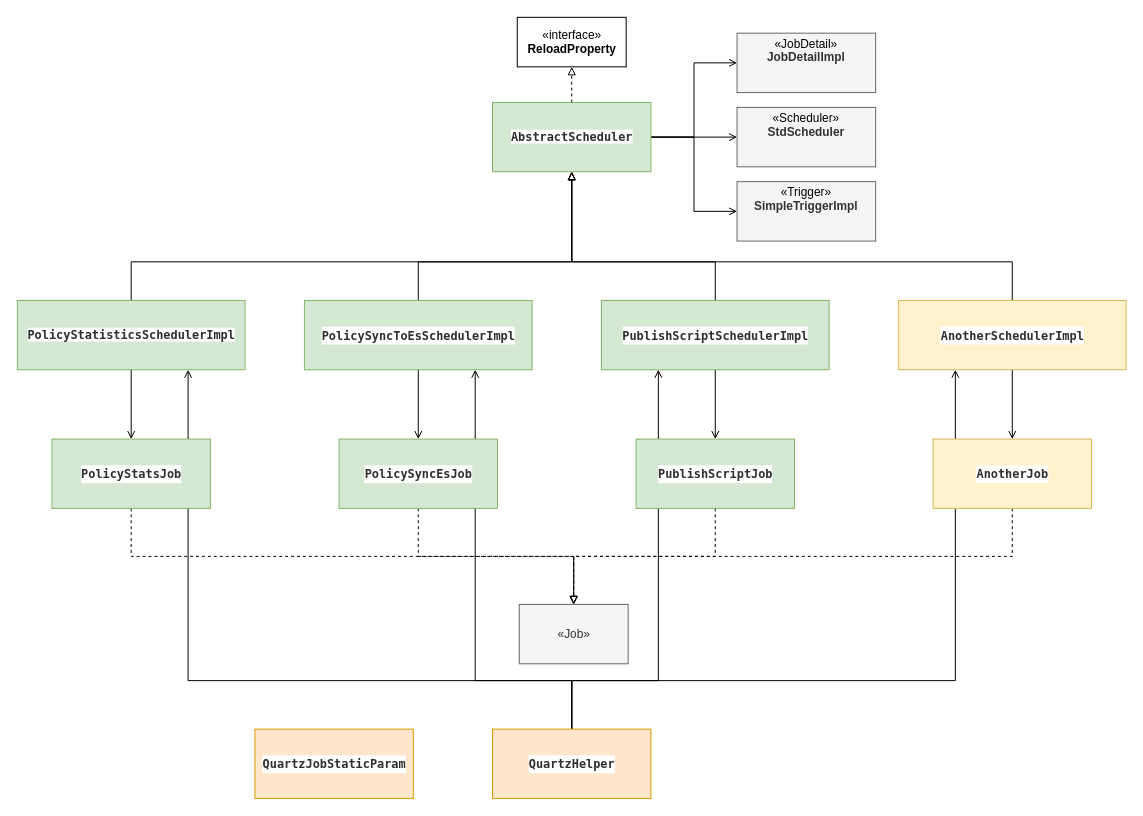
The draw.io diagram leyan/policy/Quartz_Component_Class_Diagram_V.BeforeRefactor.drawio in GeekKwok/UML, before the edit. Source tidied: cells renumbered, new cells numbered last; positions are measured from the earlier drawing's top-left corner, leaving out a move shared by most shapes. Both pictures are drawn from the tidied source at 99%, with x=0, y=0 at pixel (17, 17).
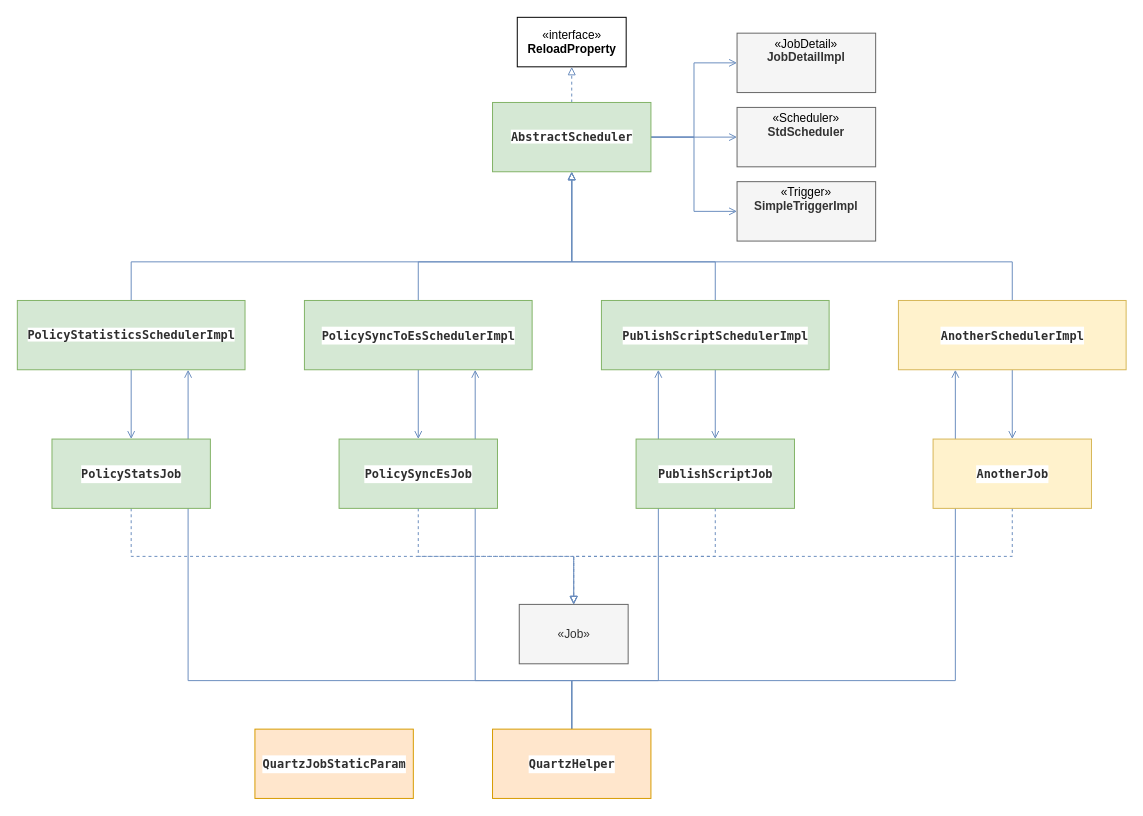
The same page after the edit.

The change refers to these unchanged cells:
```xml
<mxCell id="7" value="&lt;span style=&quot;background-color: rgb(255 , 255 , 255) ; color: rgb(46 , 46 , 46) ; font-family: &amp;#34;menlo&amp;#34; , &amp;#34;monaco&amp;#34; , &amp;#34;courier new&amp;#34; , monospace&quot;&gt;&lt;b&gt;AbstractScheduler&lt;/b&gt;&lt;/span&gt;" style="html=1;fillColor=#d5e8d4;strokeColor=#82b366;" parent="1" vertex="1">
  <mxGeometry x="480" y="86" width="160" height="70" as="geometry" />
</mxCell>
<mxCell id="10" value="&lt;span style=&quot;background-color: rgb(255 , 255 , 255) ; color: rgb(46 , 46 , 46) ; font-family: &amp;quot;menlo&amp;quot; , &amp;quot;monaco&amp;quot; , &amp;quot;courier new&amp;quot; , monospace&quot;&gt;PolicyStatisticsSchedulerImpl&lt;/span&gt;" style="html=1;fontStyle=1;fillColor=#d5e8d4;strokeColor=#82b366;" parent="1" vertex="1">
  <mxGeometry y="286" width="230" height="70" as="geometry" />
</mxCell>
<mxCell id="13" value="&lt;div style=&quot;color: rgb(46 , 46 , 46) ; background-color: rgb(255 , 255 , 255) ; font-family: &amp;quot;menlo&amp;quot; , &amp;quot;monaco&amp;quot; , &amp;quot;courier new&amp;quot; , monospace ; line-height: 18px&quot;&gt;PolicySyncToEsSchedulerImpl&lt;/div&gt;" style="html=1;fontStyle=1;fillColor=#d5e8d4;strokeColor=#82b366;" parent="1" vertex="1">
  <mxGeometry x="290" y="286" width="230" height="70" as="geometry" />
</mxCell>
<mxCell id="16" value="&lt;div style=&quot;color: rgb(46 , 46 , 46) ; background-color: rgb(255 , 255 , 255) ; font-family: &amp;quot;menlo&amp;quot; , &amp;quot;monaco&amp;quot; , &amp;quot;courier new&amp;quot; , monospace ; line-height: 18px&quot;&gt;PublishScriptSchedulerImpl&lt;/div&gt;" style="html=1;fontStyle=1;fillColor=#d5e8d4;strokeColor=#82b366;" parent="1" vertex="1">
  <mxGeometry x="590" y="286" width="230" height="70" as="geometry" />
</mxCell>
<mxCell id="21" value="&lt;div style=&quot;color: rgb(46 , 46 , 46) ; background-color: rgb(255 , 255 , 255) ; font-family: &amp;#34;menlo&amp;#34; , &amp;#34;monaco&amp;#34; , &amp;#34;courier new&amp;#34; , monospace ; line-height: 18px&quot;&gt;&lt;b&gt;QuartzHelper&lt;/b&gt;&lt;/div&gt;" style="html=1;fillColor=#ffe6cc;strokeColor=#d79b00;" parent="1" vertex="1">
  <mxGeometry x="480" y="719" width="160" height="70" as="geometry" />
</mxCell>
<mxCell id="23" value="&lt;div style=&quot;color: rgb(46 , 46 , 46) ; background-color: rgb(255 , 255 , 255) ; font-family: &amp;#34;menlo&amp;#34; , &amp;#34;monaco&amp;#34; , &amp;#34;courier new&amp;#34; , monospace ; line-height: 18px&quot;&gt;&lt;div style=&quot;font-family: &amp;#34;menlo&amp;#34; , &amp;#34;monaco&amp;#34; , &amp;#34;courier new&amp;#34; , monospace ; line-height: 18px&quot;&gt;&lt;b&gt;PolicySyncEsJob&lt;/b&gt;&lt;/div&gt;&lt;/div&gt;" style="html=1;fillColor=#d5e8d4;strokeColor=#82b366;" parent="1" vertex="1">
  <mxGeometry x="325" y="426" width="160" height="70" as="geometry" />
</mxCell>
<mxCell id="25" value="&lt;div style=&quot;color: rgb(46 , 46 , 46) ; background-color: rgb(255 , 255 , 255) ; font-family: &amp;#34;menlo&amp;#34; , &amp;#34;monaco&amp;#34; , &amp;#34;courier new&amp;#34; , monospace ; line-height: 18px&quot;&gt;&lt;div style=&quot;font-family: &amp;#34;menlo&amp;#34; , &amp;#34;monaco&amp;#34; , &amp;#34;courier new&amp;#34; , monospace ; line-height: 18px&quot;&gt;&lt;b&gt;PolicyStatsJob&lt;/b&gt;&lt;/div&gt;&lt;/div&gt;" style="html=1;fillColor=#d5e8d4;strokeColor=#82b366;" parent="1" vertex="1">
  <mxGeometry x="35" y="426" width="160" height="70" as="geometry" />
</mxCell>
<mxCell id="27" value="&lt;div style=&quot;color: rgb(46 , 46 , 46) ; background-color: rgb(255 , 255 , 255) ; font-family: &amp;#34;menlo&amp;#34; , &amp;#34;monaco&amp;#34; , &amp;#34;courier new&amp;#34; , monospace ; line-height: 18px&quot;&gt;&lt;div style=&quot;font-family: &amp;#34;menlo&amp;#34; , &amp;#34;monaco&amp;#34; , &amp;#34;courier new&amp;#34; , monospace ; line-height: 18px&quot;&gt;&lt;div style=&quot;font-family: &amp;#34;menlo&amp;#34; , &amp;#34;monaco&amp;#34; , &amp;#34;courier new&amp;#34; , monospace ; line-height: 18px&quot;&gt;&lt;b&gt;PublishScriptJob&lt;/b&gt;&lt;/div&gt;&lt;/div&gt;&lt;/div&gt;" style="html=1;fillColor=#d5e8d4;strokeColor=#82b366;" parent="1" vertex="1">
  <mxGeometry x="625" y="426" width="160" height="70" as="geometry" />
</mxCell>
<mxCell id="30" value="&lt;div style=&quot;color: rgb(46 , 46 , 46) ; background-color: rgb(255 , 255 , 255) ; font-family: &amp;#34;menlo&amp;#34; , &amp;#34;monaco&amp;#34; , &amp;#34;courier new&amp;#34; , monospace ; line-height: 18px&quot;&gt;AnotherSchedulerImpl&lt;/div&gt;" style="html=1;fontStyle=1;fillColor=#fff2cc;strokeColor=#d6b656;" parent="1" vertex="1">
  <mxGeometry x="890" y="286" width="230" height="70" as="geometry" />
</mxCell>
<mxCell id="32" value="&lt;div style=&quot;color: rgb(46 , 46 , 46) ; background-color: rgb(255 , 255 , 255) ; font-family: &amp;#34;menlo&amp;#34; , &amp;#34;monaco&amp;#34; , &amp;#34;courier new&amp;#34; , monospace ; line-height: 18px&quot;&gt;&lt;div style=&quot;font-family: &amp;#34;menlo&amp;#34; , &amp;#34;monaco&amp;#34; , &amp;#34;courier new&amp;#34; , monospace ; line-height: 18px&quot;&gt;&lt;div style=&quot;font-family: &amp;#34;menlo&amp;#34; , &amp;#34;monaco&amp;#34; , &amp;#34;courier new&amp;#34; , monospace ; line-height: 18px&quot;&gt;&lt;span style=&quot;font-weight: 700&quot;&gt;Another&lt;/span&gt;&lt;b&gt;Job&lt;/b&gt;&lt;/div&gt;&lt;/div&gt;&lt;/div&gt;" style="html=1;fillColor=#fff2cc;strokeColor=#d6b656;" parent="1" vertex="1">
  <mxGeometry x="925" y="426" width="160" height="70" as="geometry" />
</mxCell>
<mxCell id="34" value="&lt;p style=&quot;margin: 0px ; margin-top: 4px ; text-align: center&quot;&gt;&lt;span style=&quot;color: rgb(0 , 0 , 0)&quot;&gt;«Scheduler»&lt;/span&gt;&lt;br&gt;&lt;b&gt;StdScheduler&lt;/b&gt;&lt;/p&gt;" style="verticalAlign=top;align=left;overflow=fill;fontSize=12;fontFamily=Helvetica;html=1;fillColor=#f5f5f5;strokeColor=#666666;fontColor=#333333;" parent="1" vertex="1">
  <mxGeometry x="727" y="91" width="140" height="60" as="geometry" />
</mxCell>
<mxCell id="35" value="&lt;p style=&quot;margin: 0px ; margin-top: 4px ; text-align: center&quot;&gt;&lt;span style=&quot;color: rgb(0 , 0 , 0)&quot;&gt;«JobDetail»&lt;/span&gt;&lt;br&gt;&lt;b&gt;JobDetailImpl&lt;/b&gt;&lt;/p&gt;" style="verticalAlign=top;align=left;overflow=fill;fontSize=12;fontFamily=Helvetica;html=1;fillColor=#f5f5f5;strokeColor=#666666;fontColor=#333333;" parent="1" vertex="1">
  <mxGeometry x="727" y="16" width="140" height="60" as="geometry" />
</mxCell>
<mxCell id="36" value="&lt;p style=&quot;margin: 0px ; margin-top: 4px ; text-align: center&quot;&gt;&lt;span style=&quot;color: rgb(0 , 0 , 0)&quot;&gt;«Trigger»&lt;/span&gt;&lt;br&gt;&lt;b&gt;SimpleTriggerImpl&lt;/b&gt;&lt;/p&gt;" style="verticalAlign=top;align=left;overflow=fill;fontSize=12;fontFamily=Helvetica;html=1;fillColor=#f5f5f5;strokeColor=#666666;fontColor=#333333;" parent="1" vertex="1">
  <mxGeometry x="727" y="166" width="140" height="60" as="geometry" />
</mxCell>
<mxCell id="37" value="«Job»" style="html=1;fillColor=#f5f5f5;strokeColor=#666666;fontColor=#333333;" parent="1" vertex="1">
  <mxGeometry x="507" y="593" width="110" height="60" as="geometry" />
</mxCell>
```

Change to the diagram source:
```diff
@@
-    <mxCell id="3" style="edgeStyle=orthogonalEdgeStyle;rounded=0;jettySize=auto;html=1;exitX=0.5;exitY=0;exitDx=0;exitDy=0;endArrow=block;endFill=0;dashed=1;" parent="1" edge="1" source="7">
+    <mxCell id="3" style="edgeStyle=orthogonalEdgeStyle;rounded=0;jettySize=auto;html=1;exitX=0.5;exitY=0;exitDx=0;exitDy=0;endArrow=block;endFill=0;dashed=1;strokeColor=#6c8ebf;fillColor=#dae8fc;" parent="1" edge="1" source="7">
       <mxGeometry relative="1" as="geometry">
         <mxPoint x="560" y="50" as="targetPoint" />
       </mxGeometry>
     </mxCell>
-    <mxCell id="4" style="edgeStyle=orthogonalEdgeStyle;rounded=0;jettySize=auto;html=1;exitX=1;exitY=0.5;exitDx=0;exitDy=0;entryX=0;entryY=0.5;entryDx=0;entryDy=0;endArrow=open;endFill=0;strokeColor=#000000;" parent="1" edge="1" source="7" target="35">
+    <mxCell id="4" style="edgeStyle=orthogonalEdgeStyle;rounded=0;jettySize=auto;html=1;exitX=1;exitY=0.5;exitDx=0;exitDy=0;entryX=0;entryY=0.5;entryDx=0;entryDy=0;endArrow=open;endFill=0;strokeColor=#6c8ebf;fillColor=#dae8fc;" parent="1" edge="1" source="7" target="35">
       <mxGeometry relative="1" as="geometry" />
     </mxCell>
-    <mxCell id="5" style="edgeStyle=orthogonalEdgeStyle;rounded=0;jettySize=auto;html=1;exitX=1;exitY=0.5;exitDx=0;exitDy=0;endArrow=open;endFill=0;strokeColor=#000000;" parent="1" edge="1" source="7" target="34">
+    <mxCell id="5" style="edgeStyle=orthogonalEdgeStyle;rounded=0;jettySize=auto;html=1;exitX=1;exitY=0.5;exitDx=0;exitDy=0;endArrow=open;endFill=0;strokeColor=#6c8ebf;fillColor=#dae8fc;" parent="1" edge="1" source="7" target="34">
       <mxGeometry relative="1" as="geometry" />
     </mxCell>
-    <mxCell id="6" style="edgeStyle=orthogonalEdgeStyle;rounded=0;jettySize=auto;html=1;exitX=1;exitY=0.5;exitDx=0;exitDy=0;entryX=0;entryY=0.5;entryDx=0;entryDy=0;endArrow=open;endFill=0;strokeColor=#000000;" parent="1" edge="1" source="7" target="36">
+    <mxCell id="6" style="edgeStyle=orthogonalEdgeStyle;rounded=0;jettySize=auto;html=1;exitX=1;exitY=0.5;exitDx=0;exitDy=0;entryX=0;entryY=0.5;entryDx=0;entryDy=0;endArrow=open;endFill=0;strokeColor=#6c8ebf;fillColor=#dae8fc;" parent="1" edge="1" source="7" target="36">
       <mxGeometry relative="1" as="geometry" />
     </mxCell>
@@
-    <mxCell id="8" style="edgeStyle=orthogonalEdgeStyle;rounded=0;jettySize=auto;html=1;exitX=0.5;exitY=0;exitDx=0;exitDy=0;endArrow=block;endFill=0;" parent="1" edge="1" source="10" target="7">
+    <mxCell id="8" style="edgeStyle=orthogonalEdgeStyle;rounded=0;jettySize=auto;html=1;exitX=0.5;exitY=0;exitDx=0;exitDy=0;endArrow=block;endFill=0;strokeColor=#6c8ebf;fillColor=#dae8fc;" parent="1" edge="1" source="10" target="7">
       <mxGeometry relative="1" as="geometry">
         <Array as="points">
           <mxPoint x="115" y="247" />
           <mxPoint x="560" y="247" />
         </Array>
       </mxGeometry>
     </mxCell>
-    <mxCell id="9" style="edgeStyle=orthogonalEdgeStyle;rounded=0;jettySize=auto;html=1;exitX=0.5;exitY=1;exitDx=0;exitDy=0;entryX=0.5;entryY=0;entryDx=0;entryDy=0;endArrow=open;endFill=0;fillColor=#d5e8d4;" parent="1" edge="1" source="10" target="25">
+    <mxCell id="9" style="edgeStyle=orthogonalEdgeStyle;rounded=0;jettySize=auto;html=1;exitX=0.5;exitY=1;exitDx=0;exitDy=0;entryX=0.5;entryY=0;entryDx=0;entryDy=0;endArrow=open;endFill=0;fillColor=#dae8fc;strokeColor=#6c8ebf;" parent="1" edge="1" source="10" target="25">
       <mxGeometry relative="1" as="geometry" />
     </mxCell>
@@
-    <mxCell id="11" style="edgeStyle=orthogonalEdgeStyle;rounded=0;jettySize=auto;html=1;exitX=0.5;exitY=0;exitDx=0;exitDy=0;endArrow=block;endFill=0;entryX=0.5;entryY=1;entryDx=0;entryDy=0;" parent="1" edge="1" source="13" target="7">
+    <mxCell id="11" style="edgeStyle=orthogonalEdgeStyle;rounded=0;jettySize=auto;html=1;exitX=0.5;exitY=0;exitDx=0;exitDy=0;endArrow=block;endFill=0;entryX=0.5;entryY=1;entryDx=0;entryDy=0;strokeColor=#6c8ebf;fillColor=#dae8fc;" parent="1" edge="1" source="13" target="7">
       <mxGeometry relative="1" as="geometry">
         <Array as="points">
           <mxPoint x="405" y="247" />
           <mxPoint x="560" y="247" />
         </Array>
       </mxGeometry>
     </mxCell>
-    <mxCell id="12" style="edgeStyle=orthogonalEdgeStyle;rounded=0;jettySize=auto;html=1;entryX=0.5;entryY=0;entryDx=0;entryDy=0;endArrow=open;endFill=0;fillColor=#d5e8d4;exitX=0.5;exitY=1;exitDx=0;exitDy=0;" parent="1" edge="1" source="13" target="23">
+    <mxCell id="12" style="edgeStyle=orthogonalEdgeStyle;rounded=0;jettySize=auto;html=1;entryX=0.5;entryY=0;entryDx=0;entryDy=0;endArrow=open;endFill=0;fillColor=#dae8fc;exitX=0.5;exitY=1;exitDx=0;exitDy=0;strokeColor=#6c8ebf;" parent="1" edge="1" source="13" target="23">
       <mxGeometry relative="1" as="geometry" />
     </mxCell>
@@
-    <mxCell id="14" style="edgeStyle=orthogonalEdgeStyle;rounded=0;jettySize=auto;html=1;exitX=0.5;exitY=0;exitDx=0;exitDy=0;endArrow=block;endFill=0;" parent="1" edge="1" source="16" target="7">
+    <mxCell id="14" style="edgeStyle=orthogonalEdgeStyle;rounded=0;jettySize=auto;html=1;exitX=0.5;exitY=0;exitDx=0;exitDy=0;endArrow=block;endFill=0;strokeColor=#6c8ebf;fillColor=#dae8fc;" parent="1" edge="1" source="16" target="7">
       <mxGeometry relative="1" as="geometry">
         <Array as="points">
           <mxPoint x="705" y="247" />
           <mxPoint x="560" y="247" />
         </Array>
       </mxGeometry>
     </mxCell>
-    <mxCell id="15" style="edgeStyle=orthogonalEdgeStyle;rounded=0;jettySize=auto;html=1;endArrow=open;endFill=0;fillColor=#d5e8d4;exitX=0.5;exitY=1;exitDx=0;exitDy=0;" parent="1" edge="1" source="16" target="27">
+    <mxCell id="15" style="edgeStyle=orthogonalEdgeStyle;rounded=0;jettySize=auto;html=1;endArrow=open;endFill=0;fillColor=#dae8fc;exitX=0.5;exitY=1;exitDx=0;exitDy=0;strokeColor=#6c8ebf;" parent="1" edge="1" source="16" target="27">
       <mxGeometry relative="1" as="geometry" />
     </mxCell>
@@
-    <mxCell id="17" style="edgeStyle=orthogonalEdgeStyle;rounded=0;jettySize=auto;html=1;exitX=0.5;exitY=0;exitDx=0;exitDy=0;entryX=0.75;entryY=1;entryDx=0;entryDy=0;endArrow=open;endFill=0;" parent="1" edge="1" source="21" target="10">
+    <mxCell id="17" style="edgeStyle=orthogonalEdgeStyle;rounded=0;jettySize=auto;html=1;exitX=0.5;exitY=0;exitDx=0;exitDy=0;entryX=0.75;entryY=1;entryDx=0;entryDy=0;endArrow=open;endFill=0;strokeColor=#6c8ebf;fillColor=#dae8fc;" parent="1" edge="1" source="21" target="10">
       <mxGeometry relative="1" as="geometry">
         <Array as="points">
           <mxPoint x="560" y="670" />
           <mxPoint x="173" y="670" />
         </Array>
       </mxGeometry>
     </mxCell>
-    <mxCell id="18" style="edgeStyle=orthogonalEdgeStyle;rounded=0;jettySize=auto;html=1;exitX=0.5;exitY=0;exitDx=0;exitDy=0;endArrow=open;endFill=0;entryX=0.75;entryY=1;entryDx=0;entryDy=0;" parent="1" edge="1" source="21" target="13">
+    <mxCell id="18" style="edgeStyle=orthogonalEdgeStyle;rounded=0;jettySize=auto;html=1;exitX=0.5;exitY=0;exitDx=0;exitDy=0;endArrow=open;endFill=0;entryX=0.75;entryY=1;entryDx=0;entryDy=0;strokeColor=#6c8ebf;fillColor=#dae8fc;" parent="1" edge="1" source="21" target="13">
       <mxGeometry relative="1" as="geometry">
         <Array as="points">
           <mxPoint x="560" y="670" />
           <mxPoint x="463" y="670" />
         </Array>
       </mxGeometry>
     </mxCell>
-    <mxCell id="19" style="edgeStyle=orthogonalEdgeStyle;rounded=0;jettySize=auto;html=1;exitX=0.5;exitY=0;exitDx=0;exitDy=0;endArrow=open;endFill=0;entryX=0.25;entryY=1;entryDx=0;entryDy=0;" parent="1" edge="1" source="21" target="16">
+    <mxCell id="19" style="edgeStyle=orthogonalEdgeStyle;rounded=0;jettySize=auto;html=1;exitX=0.5;exitY=0;exitDx=0;exitDy=0;endArrow=open;endFill=0;entryX=0.25;entryY=1;entryDx=0;entryDy=0;strokeColor=#6c8ebf;fillColor=#dae8fc;" parent="1" edge="1" source="21" target="16">
       <mxGeometry relative="1" as="geometry">
         <Array as="points">
           <mxPoint x="560" y="670" />
           <mxPoint x="648" y="670" />
         </Array>
       </mxGeometry>
     </mxCell>
-    <mxCell id="20" style="edgeStyle=orthogonalEdgeStyle;rounded=0;jettySize=auto;html=1;exitX=0.5;exitY=0;exitDx=0;exitDy=0;entryX=0.25;entryY=1;entryDx=0;entryDy=0;endArrow=open;endFill=0;strokeColor=#000000;" parent="1" edge="1" source="21" target="30">
+    <mxCell id="20" style="edgeStyle=orthogonalEdgeStyle;rounded=0;jettySize=auto;html=1;exitX=0.5;exitY=0;exitDx=0;exitDy=0;entryX=0.25;entryY=1;entryDx=0;entryDy=0;endArrow=open;endFill=0;strokeColor=#6c8ebf;fillColor=#dae8fc;" parent="1" edge="1" source="21" target="30">
       <mxGeometry relative="1" as="geometry">
         <Array as="points">
           <mxPoint x="560" y="670" />
           <mxPoint x="948" y="670" />
         </Array>
       </mxGeometry>
     </mxCell>
@@
-    <mxCell id="22" style="edgeStyle=orthogonalEdgeStyle;rounded=0;jettySize=auto;html=1;exitX=0.5;exitY=1;exitDx=0;exitDy=0;endArrow=block;endFill=0;strokeColor=#000000;dashed=1;" parent="1" edge="1" source="23" target="37">
+    <mxCell id="22" style="edgeStyle=orthogonalEdgeStyle;rounded=0;jettySize=auto;html=1;exitX=0.5;exitY=1;exitDx=0;exitDy=0;endArrow=block;endFill=0;dashed=1;strokeColor=#6c8ebf;fillColor=#dae8fc;" parent="1" edge="1" source="23" target="37">
       <mxGeometry relative="1" as="geometry" />
     </mxCell>
@@
-    <mxCell id="24" style="edgeStyle=orthogonalEdgeStyle;rounded=0;jettySize=auto;html=1;exitX=0.5;exitY=1;exitDx=0;exitDy=0;entryX=0.5;entryY=0;entryDx=0;entryDy=0;endArrow=block;endFill=0;strokeColor=#000000;dashed=1;" parent="1" edge="1" source="25" target="37">
+    <mxCell id="24" style="edgeStyle=orthogonalEdgeStyle;rounded=0;jettySize=auto;html=1;exitX=0.5;exitY=1;exitDx=0;exitDy=0;entryX=0.5;entryY=0;entryDx=0;entryDy=0;endArrow=block;endFill=0;dashed=1;strokeColor=#6c8ebf;fillColor=#dae8fc;" parent="1" edge="1" source="25" target="37">
       <mxGeometry relative="1" as="geometry" />
     </mxCell>
@@
-    <mxCell id="26" style="edgeStyle=orthogonalEdgeStyle;rounded=0;jettySize=auto;html=1;exitX=0.5;exitY=1;exitDx=0;exitDy=0;dashed=1;endArrow=block;endFill=0;strokeColor=#000000;" parent="1" edge="1" source="27" target="37">
+    <mxCell id="26" style="edgeStyle=orthogonalEdgeStyle;rounded=0;jettySize=auto;html=1;exitX=0.5;exitY=1;exitDx=0;exitDy=0;dashed=1;endArrow=block;endFill=0;strokeColor=#6c8ebf;fillColor=#dae8fc;" parent="1" edge="1" source="27" target="37">
       <mxGeometry relative="1" as="geometry" />
     </mxCell>
@@
-    <mxCell id="28" style="edgeStyle=orthogonalEdgeStyle;rounded=0;jettySize=auto;html=1;exitX=0.5;exitY=1;exitDx=0;exitDy=0;endArrow=open;endFill=0;strokeColor=#000000;" parent="1" edge="1" source="30" target="32">
+    <mxCell id="28" style="edgeStyle=orthogonalEdgeStyle;rounded=0;jettySize=auto;html=1;exitX=0.5;exitY=1;exitDx=0;exitDy=0;endArrow=open;endFill=0;strokeColor=#6c8ebf;fillColor=#dae8fc;" parent="1" edge="1" source="30" target="32">
       <mxGeometry relative="1" as="geometry" />
     </mxCell>
-    <mxCell id="29" style="edgeStyle=orthogonalEdgeStyle;rounded=0;jettySize=auto;html=1;exitX=0.5;exitY=0;exitDx=0;exitDy=0;endArrow=block;endFill=0;strokeColor=#000000;entryX=0.5;entryY=1;entryDx=0;entryDy=0;" parent="1" edge="1" source="30" target="7">
+    <mxCell id="29" style="edgeStyle=orthogonalEdgeStyle;rounded=0;jettySize=auto;html=1;exitX=0.5;exitY=0;exitDx=0;exitDy=0;endArrow=block;endFill=0;entryX=0.5;entryY=1;entryDx=0;entryDy=0;strokeColor=#6c8ebf;fillColor=#dae8fc;" parent="1" edge="1" source="30" target="7">
       <mxGeometry relative="1" as="geometry">
         <Array as="points">
           <mxPoint x="1005" y="247" />
           <mxPoint x="560" y="247" />
         </Array>
       </mxGeometry>
     </mxCell>
@@
-    <mxCell id="31" style="edgeStyle=orthogonalEdgeStyle;rounded=0;jettySize=auto;html=1;exitX=0.5;exitY=1;exitDx=0;exitDy=0;dashed=1;endArrow=block;endFill=0;strokeColor=#000000;" parent="1" edge="1" source="32" target="37">
+    <mxCell id="31" style="edgeStyle=orthogonalEdgeStyle;rounded=0;jettySize=auto;html=1;exitX=0.5;exitY=1;exitDx=0;exitDy=0;dashed=1;endArrow=block;endFill=0;strokeColor=#6c8ebf;fillColor=#dae8fc;" parent="1" edge="1" source="32" target="37">
       <mxGeometry relative="1" as="geometry" />
     </mxCell>
```
